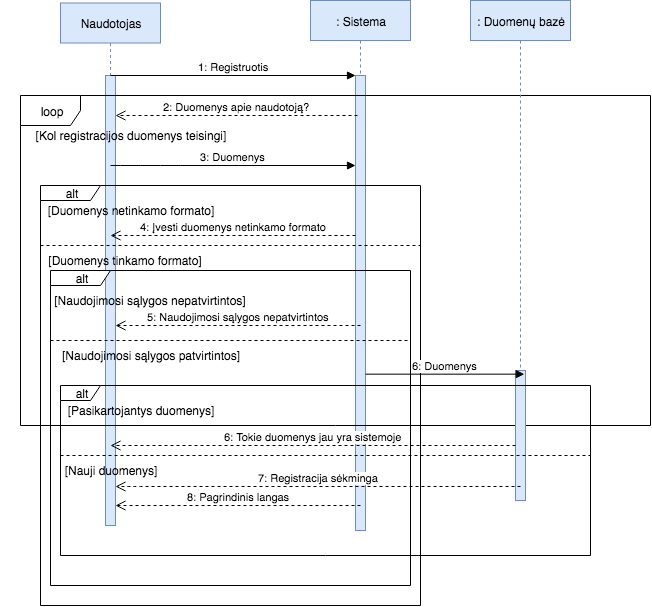
Before: img/uzdRegistruotis.png, a diagram exported from draw.io (eglepuo/PSI). Source tidied: cells renumbered, new cells last; positions are measured from the earlier drawing's top-left corner, leaving out a move shared by most shapes. Its diagram source:
```xml
<mxGraphModel background="#ffffff">
  <root>
    <mxCell id="0" />
    <mxCell id="1" parent="0" />
    <mxCell id="2" value="Naudotojas" style="shape=umlLifeline;perimeter=lifelinePerimeter;whiteSpace=wrap;html=1;comic=0;strokeWidth=1;fillColor=#dae8fc;strokeColor=#6c8ebf;" parent="1" vertex="1">
      <mxGeometry x="60" y="2.5" width="100" height="300" as="geometry" />
    </mxCell>
    <mxCell id="3" style="html=1;points=[];perimeter=orthogonalPerimeter;fillColor=#dae8fc;strokeColor=#6c8ebf;" parent="1" vertex="1">
      <mxGeometry x="105" y="75" width="10" height="450" as="geometry" />
    </mxCell>
    <mxCell id="4" value=": Sistema" style="shape=umlLifeline;perimeter=lifelinePerimeter;whiteSpace=wrap;html=1;fillColor=#dae8fc;strokeColor=#6c8ebf;" parent="1" vertex="1">
      <mxGeometry x="310" width="100" height="525" as="geometry" />
    </mxCell>
    <mxCell id="5" style="html=1;points=[];perimeter=orthogonalPerimeter;fillColor=#dae8fc;strokeColor=#6c8ebf;" parent="4" vertex="1">
      <mxGeometry x="45" y="75" width="10" height="455" as="geometry" />
    </mxCell>
    <mxCell id="6" value="1: Registruotis" style="html=1;verticalAlign=bottom;endArrow=block;" parent="1" edge="1" target="5">
      <mxGeometry relative="1" as="geometry">
        <mxPoint x="110" y="75" as="sourcePoint" />
      </mxGeometry>
    </mxCell>
    <mxCell id="7" value="2: Duomenys apie naudotoją?" style="html=1;verticalAlign=bottom;endArrow=open;dashed=1;endSize=8;" parent="1" edge="1" target="3">
      <mxGeometry relative="1" as="geometry">
        <mxPoint x="357" y="115" as="sourcePoint" />
        <Array as="points">
          <mxPoint x="170" y="115" />
        </Array>
      </mxGeometry>
    </mxCell>
    <mxCell id="8" value="3: Duomenys" style="html=1;verticalAlign=bottom;endArrow=block;" parent="1" edge="1" target="5">
      <mxGeometry relative="1" as="geometry">
        <mxPoint x="110" y="165" as="sourcePoint" />
        <Array as="points">
          <mxPoint x="130" y="165" />
          <mxPoint x="170" y="165" />
        </Array>
      </mxGeometry>
    </mxCell>
    <mxCell id="9" value="loop" style="shape=umlFrame;whiteSpace=wrap;html=1;comic=0;swimlaneFillColor=none;" parent="1" vertex="1">
      <mxGeometry x="20" y="95" width="630" height="330" as="geometry" />
    </mxCell>
    <mxCell id="10" value="[Kol registracijos duomenys teisingi]" style="text;html=1;strokeColor=none;fillColor=none;align=center;verticalAlign=middle;whiteSpace=wrap;rounded=0;" parent="1" vertex="1">
      <mxGeometry x="20" y="125" width="220" height="20" as="geometry" />
    </mxCell>
    <mxCell id="11" value=": Duomenų bazė" style="shape=umlLifeline;perimeter=lifelinePerimeter;whiteSpace=wrap;html=1;fillColor=#dae8fc;strokeColor=#6c8ebf;" parent="1" vertex="1">
      <mxGeometry x="470" width="100" height="500" as="geometry" />
    </mxCell>
    <mxCell id="12" style="html=1;points=[];perimeter=orthogonalPerimeter;fillColor=#dae8fc;strokeColor=#6c8ebf;" parent="11" vertex="1">
      <mxGeometry x="45" y="370" width="10" height="130" as="geometry" />
    </mxCell>
    <mxCell id="13" value="alt" style="shape=umlFrame;whiteSpace=wrap;html=1;width=60;height=15;" parent="1" vertex="1">
      <mxGeometry x="40" y="185" width="380" height="420" as="geometry" />
    </mxCell>
    <mxCell id="14" value="[Duomenys netinkamo formato]" style="text;html=1;strokeColor=none;fillColor=none;align=center;verticalAlign=middle;whiteSpace=wrap;rounded=0;" parent="1" vertex="1">
      <mxGeometry x="20" y="200" width="220" height="20" as="geometry" />
    </mxCell>
    <mxCell id="15" value="4: Įvesti duomenys netinkamo formato" style="html=1;verticalAlign=bottom;endArrow=open;dashed=1;endSize=8;" parent="1" edge="1" source="5">
      <mxGeometry relative="1" as="geometry">
        <mxPoint x="110" y="235" as="targetPoint" />
        <Array as="points">
          <mxPoint x="290" y="235" />
        </Array>
      </mxGeometry>
    </mxCell>
    <mxCell id="16" value="[Duomenys tinkamo formato]" style="text;html=1;strokeColor=none;fillColor=none;align=center;verticalAlign=middle;whiteSpace=wrap;rounded=0;" parent="1" vertex="1">
      <mxGeometry x="10" y="250" width="230" height="20" as="geometry" />
    </mxCell>
    <mxCell id="17" style="line;strokeWidth=1;html=1;dashed=1;" parent="1" vertex="1">
      <mxGeometry x="40" y="240" width="380" height="10" as="geometry" />
    </mxCell>
    <mxCell id="18" value="alt" style="shape=umlFrame;whiteSpace=wrap;html=1;width=60;height=15;" parent="1" vertex="1">
      <mxGeometry x="50" y="270" width="360" height="315" as="geometry" />
    </mxCell>
    <mxCell id="19" value="[Naudojimosi sąlygos nepatvirtintos]" style="text;html=1;strokeColor=none;fillColor=none;align=center;verticalAlign=middle;whiteSpace=wrap;rounded=0;" parent="1" vertex="1">
      <mxGeometry x="40" y="290" width="220" height="20" as="geometry" />
    </mxCell>
    <mxCell id="20" value="5: Naudojimosi sąlygos nepatvirtintos" style="html=1;verticalAlign=bottom;endArrow=open;dashed=1;endSize=8;" parent="1" edge="1" target="3">
      <mxGeometry relative="1" as="geometry">
        <mxPoint x="360" y="325" as="sourcePoint" />
      </mxGeometry>
    </mxCell>
    <mxCell id="21" style="line;strokeWidth=1;html=1;dashed=1;" parent="1" vertex="1">
      <mxGeometry x="50" y="335" width="360" height="10" as="geometry" />
    </mxCell>
    <mxCell id="22" value="[Naudojimosi sąlygos patvirtintos]" style="text;html=1;strokeColor=none;fillColor=none;align=center;verticalAlign=middle;whiteSpace=wrap;rounded=0;" parent="1" vertex="1">
      <mxGeometry x="40" y="345" width="220" height="20" as="geometry" />
    </mxCell>
    <mxCell id="23" value="6: Duomenys" style="html=1;verticalAlign=bottom;endArrow=block;entryX=0.9;entryY=0.029;entryPerimeter=0;" parent="1" edge="1" source="5" target="12">
      <mxGeometry relative="1" as="geometry" />
    </mxCell>
    <mxCell id="24" value="alt" style="shape=umlFrame;whiteSpace=wrap;html=1;width=40;height=15;" parent="1" vertex="1">
      <mxGeometry x="60" y="385" width="530" height="170" as="geometry" />
    </mxCell>
    <mxCell id="25" value="[Pasikartojantys duomenys]" style="text;html=1;strokeColor=none;fillColor=none;align=center;verticalAlign=middle;whiteSpace=wrap;rounded=0;" parent="1" vertex="1">
      <mxGeometry x="30" y="400" width="220" height="20" as="geometry" />
    </mxCell>
    <mxCell id="26" value="6: Tokie duomenys jau yra sistemoje" style="html=1;verticalAlign=bottom;endArrow=open;dashed=1;endSize=8;" parent="1" edge="1" source="12">
      <mxGeometry relative="1" as="geometry">
        <mxPoint x="110" y="445" as="targetPoint" />
      </mxGeometry>
    </mxCell>
    <mxCell id="27" style="line;strokeWidth=1;html=1;dashed=1;" parent="1" vertex="1">
      <mxGeometry x="60" y="450" width="530" height="10" as="geometry" />
    </mxCell>
    <mxCell id="28" value="[Nauji duomenys]" style="text;html=1;strokeColor=none;fillColor=none;align=center;verticalAlign=middle;whiteSpace=wrap;rounded=0;" parent="1" vertex="1">
      <mxGeometry y="460" width="220" height="20" as="geometry" />
    </mxCell>
    <mxCell id="29" value="7: Registracija sėkminga" style="html=1;verticalAlign=bottom;endArrow=open;dashed=1;endSize=8;" parent="1" edge="1" target="3">
      <mxGeometry relative="1" as="geometry">
        <mxPoint x="520" y="486" as="sourcePoint" />
        <Array as="points">
          <mxPoint x="130" y="486" />
        </Array>
      </mxGeometry>
    </mxCell>
    <mxCell id="30" value="8: Pagrindinis langas" style="html=1;verticalAlign=bottom;endArrow=open;dashed=1;endSize=8;" parent="1" edge="1" target="3">
      <mxGeometry relative="1" as="geometry">
        <mxPoint x="360" y="505" as="sourcePoint" />
      </mxGeometry>
    </mxCell>
  </root>
</mxGraphModel>
```
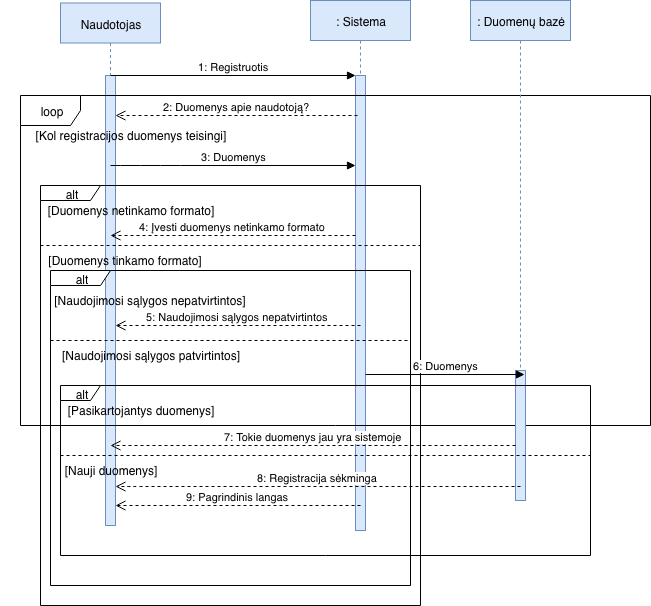
Later version of the same file.

Change to the diagram source:
```diff
@@ -94,7 +94,7 @@
     <mxCell id="25" value="[Pasikartojantys duomenys]" style="text;html=1;strokeColor=none;fillColor=none;align=center;verticalAlign=middle;whiteSpace=wrap;rounded=0;" parent="1" vertex="1">
       <mxGeometry x="30" y="400" width="220" height="20" as="geometry" />
     </mxCell>
-    <mxCell id="26" value="6: Tokie duomenys jau yra sistemoje" style="html=1;verticalAlign=bottom;endArrow=open;dashed=1;endSize=8;" parent="1" edge="1" source="12">
+    <mxCell id="26" value="7: Tokie duomenys jau yra sistemoje" style="html=1;verticalAlign=bottom;endArrow=open;dashed=1;endSize=8;" parent="1" edge="1" source="12">
       <mxGeometry relative="1" as="geometry">
         <mxPoint x="110" y="445" as="targetPoint" />
       </mxGeometry>
@@ -105,7 +105,7 @@
     <mxCell id="28" value="[Nauji duomenys]" style="text;html=1;strokeColor=none;fillColor=none;align=center;verticalAlign=middle;whiteSpace=wrap;rounded=0;" parent="1" vertex="1">
       <mxGeometry y="460" width="220" height="20" as="geometry" />
     </mxCell>
-    <mxCell id="29" value="7: Registracija sėkminga" style="html=1;verticalAlign=bottom;endArrow=open;dashed=1;endSize=8;" parent="1" edge="1" target="3">
+    <mxCell id="29" value="8: Registracija sėkminga" style="html=1;verticalAlign=bottom;endArrow=open;dashed=1;endSize=8;" parent="1" edge="1" target="3">
       <mxGeometry relative="1" as="geometry">
         <mxPoint x="520" y="486" as="sourcePoint" />
         <Array as="points">
@@ -113,7 +113,7 @@
         </Array>
       </mxGeometry>
     </mxCell>
-    <mxCell id="30" value="8: Pagrindinis langas" style="html=1;verticalAlign=bottom;endArrow=open;dashed=1;endSize=8;" parent="1" edge="1" target="3">
+    <mxCell id="30" value="9: Pagrindinis langas" style="html=1;verticalAlign=bottom;endArrow=open;dashed=1;endSize=8;" parent="1" edge="1" target="3">
       <mxGeometry relative="1" as="geometry">
         <mxPoint x="360" y="505" as="sourcePoint" />
       </mxGeometry>
```
